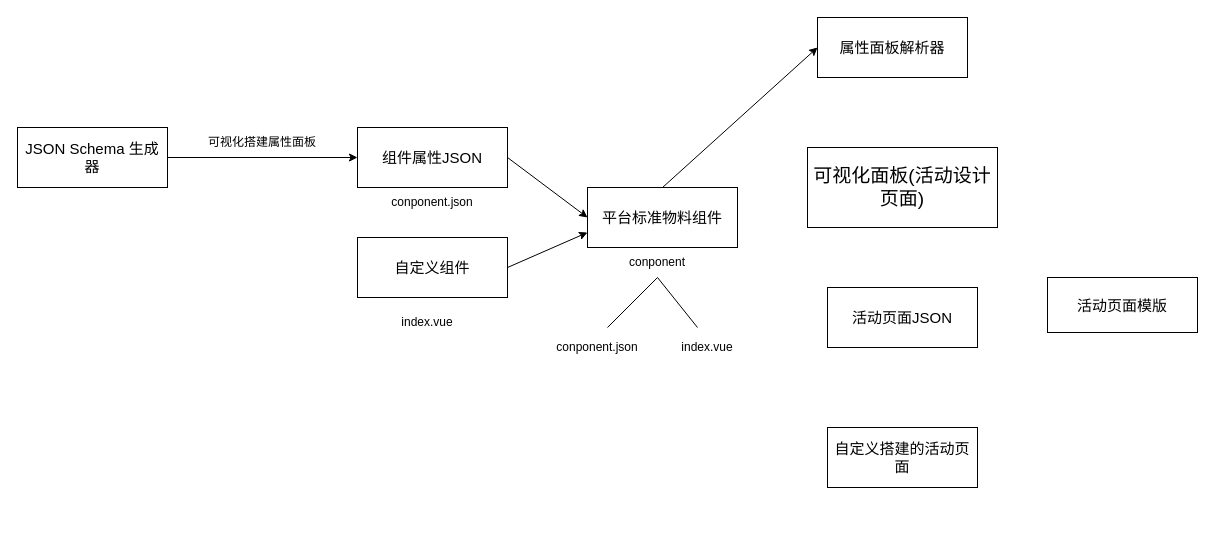
yuxinyu12345/diagrams keeps this draw.io diagram as 整体流程.drawio. Above is the earlier version. Source tidied: cells renumbered, new cells numbered last; positions are measured from the earlier drawing's top-left corner, leaving out a move shared by most shapes. Both pictures are drawn from the tidied source at 100%, with x=0, y=0 at pixel (17, 17).
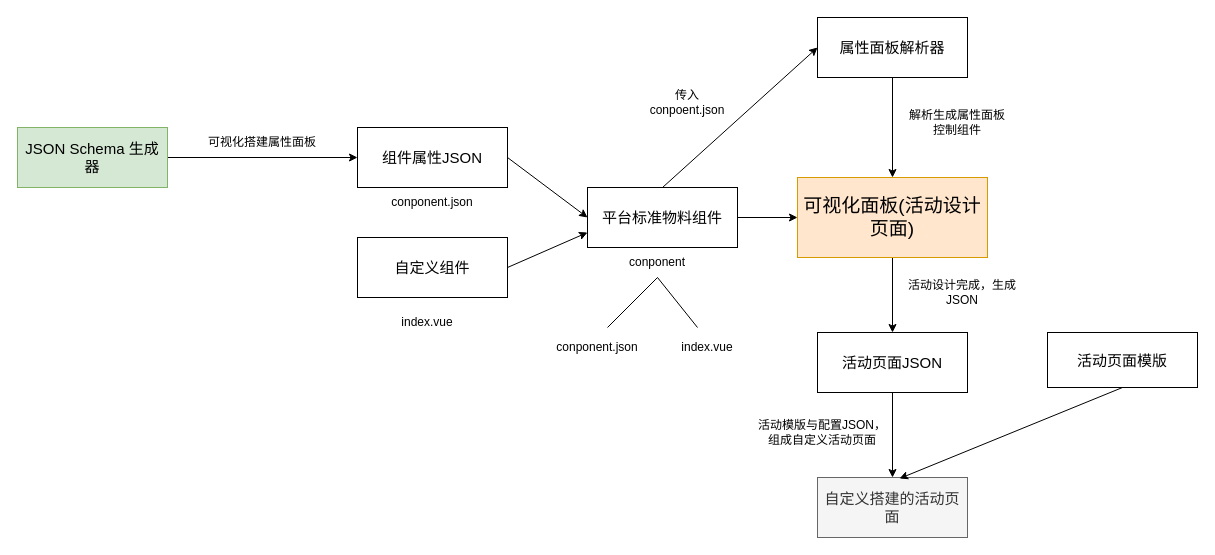
The same page after the edit.

Commit message (it also covers changes not shown here):
更新整体流程.drawio

Unchanged cells that the change refers to:
```xml
<mxCell id="6" value="平台标准物料组件" style="rounded=0;whiteSpace=wrap;html=1;fontSize=15;" parent="1" vertex="1">
  <mxGeometry x="570" y="170" width="150" height="60" as="geometry" />
</mxCell>
<mxCell id="7" value="属性面板解析器" style="rounded=0;whiteSpace=wrap;html=1;fontSize=15;" parent="1" vertex="1">
  <mxGeometry x="800" width="150" height="60" as="geometry" />
</mxCell>
```

The edit, as a diff of the source:
```diff
@@
-    <mxCell id="3" value="JSON Schema 生成器" style="rounded=0;whiteSpace=wrap;html=1;fontSize=15;" parent="1" vertex="1">
+    <mxCell id="3" value="JSON Schema 生成器" style="rounded=0;whiteSpace=wrap;html=1;fontSize=15;fillColor=#d5e8d4;strokeColor=#82b366;" parent="1" vertex="1">
       <mxGeometry y="110" width="150" height="60" as="geometry" />
     </mxCell>
@@
+    <mxCell id="23" style="edgeStyle=orthogonalEdgeStyle;rounded=0;jettySize=auto;html=1;exitX=1;exitY=0.5;exitDx=0;exitDy=0;" parent="1" edge="1" source="6" target="8">
+      <mxGeometry relative="1" as="geometry" />
+    </mxCell>
@@
+    <mxCell id="24" style="edgeStyle=orthogonalEdgeStyle;rounded=0;jettySize=auto;html=1;exitX=0.5;exitY=1;exitDx=0;exitDy=0;" parent="1" edge="1" source="7" target="8">
+      <mxGeometry relative="1" as="geometry" />
+    </mxCell>
@@
+    <mxCell id="25" style="edgeStyle=orthogonalEdgeStyle;rounded=0;jettySize=auto;html=1;exitX=0.5;exitY=1;exitDx=0;exitDy=0;entryX=0.5;entryY=0;entryDx=0;entryDy=0;" parent="1" edge="1" source="8" target="9">
+      <mxGeometry relative="1" as="geometry" />
+    </mxCell>
-    <mxCell id="8" value="可视化面板(活动设计页面)" style="rounded=0;whiteSpace=wrap;html=1;fontSize=19;" parent="1" vertex="1">
-      <mxGeometry x="790" y="130" width="190" height="80" as="geometry" />
+    <mxCell id="8" value="可视化面板(活动设计页面)" style="rounded=0;whiteSpace=wrap;html=1;fontSize=19;fillColor=#ffe6cc;strokeColor=#d79b00;" parent="1" vertex="1">
+      <mxGeometry x="780" y="160" width="190" height="80" as="geometry" />
     </mxCell>
+    <mxCell id="26" style="edgeStyle=orthogonalEdgeStyle;rounded=0;jettySize=auto;html=1;exitX=0.5;exitY=1;exitDx=0;exitDy=0;entryX=0.5;entryY=0;entryDx=0;entryDy=0;" parent="1" edge="1" source="9" target="10">
+      <mxGeometry relative="1" as="geometry" />
+    </mxCell>
     <mxCell id="9" value="活动页面JSON" style="rounded=0;whiteSpace=wrap;html=1;fontSize=15;" parent="1" vertex="1">
-      <mxGeometry x="810" y="270" width="150" height="60" as="geometry" />
+      <mxGeometry x="800" y="315" width="150" height="60" as="geometry" />
     </mxCell>
-    <mxCell id="10" value="自定义搭建的活动页面" style="rounded=0;whiteSpace=wrap;html=1;fontSize=15;" parent="1" vertex="1">
-      <mxGeometry x="810" y="410" width="150" height="60" as="geometry" />
+    <mxCell id="10" value="自定义搭建的活动页面" style="rounded=0;whiteSpace=wrap;html=1;fontSize=15;fillColor=#f5f5f5;fontColor=#333333;strokeColor=#666666;" parent="1" vertex="1">
+      <mxGeometry x="800" y="460" width="150" height="60" as="geometry" />
     </mxCell>
     <mxCell id="11" value="活动页面模版" style="rounded=0;whiteSpace=wrap;html=1;fontSize=15;" parent="1" vertex="1">
-      <mxGeometry x="1030" y="260" width="150" height="55" as="geometry" />
+      <mxGeometry x="1030" y="315" width="150" height="55" as="geometry" />
     </mxCell>
@@
+    <mxCell id="27" value="传入conpoent.json" style="text;html=1;align=center;verticalAlign=middle;whiteSpace=wrap;rounded=0;" parent="1" vertex="1">
+      <mxGeometry x="620" y="70" width="100" height="30" as="geometry" />
+    </mxCell>
+    <mxCell id="28" value="解析生成属性面板控制组件" style="text;html=1;align=center;verticalAlign=middle;whiteSpace=wrap;rounded=0;" parent="1" vertex="1">
+      <mxGeometry x="890" y="90" width="100" height="30" as="geometry" />
+    </mxCell>
+    <mxCell id="29" style="endArrow=classic;html=1;rounded=0;exitX=0.5;exitY=1;exitDx=0;exitDy=0;entryX=0.547;entryY=0.017;entryDx=0;entryDy=0;entryPerimeter=0;" parent="1" edge="1" source="11" target="10">
+      <mxGeometry relative="1" as="geometry" />
+    </mxCell>
+    <mxCell id="30" value="活动设计完成，生成JSON" style="text;html=1;align=center;verticalAlign=middle;whiteSpace=wrap;rounded=0;" parent="1" vertex="1">
+      <mxGeometry x="880" y="260" width="130" height="30" as="geometry" />
+    </mxCell>
+    <mxCell id="31" value="活动模版与配置JSON，组成自定义活动页面" style="text;html=1;align=center;verticalAlign=middle;whiteSpace=wrap;rounded=0;" parent="1" vertex="1">
+      <mxGeometry x="740" y="400" width="130" height="30" as="geometry" />
+    </mxCell>
```
